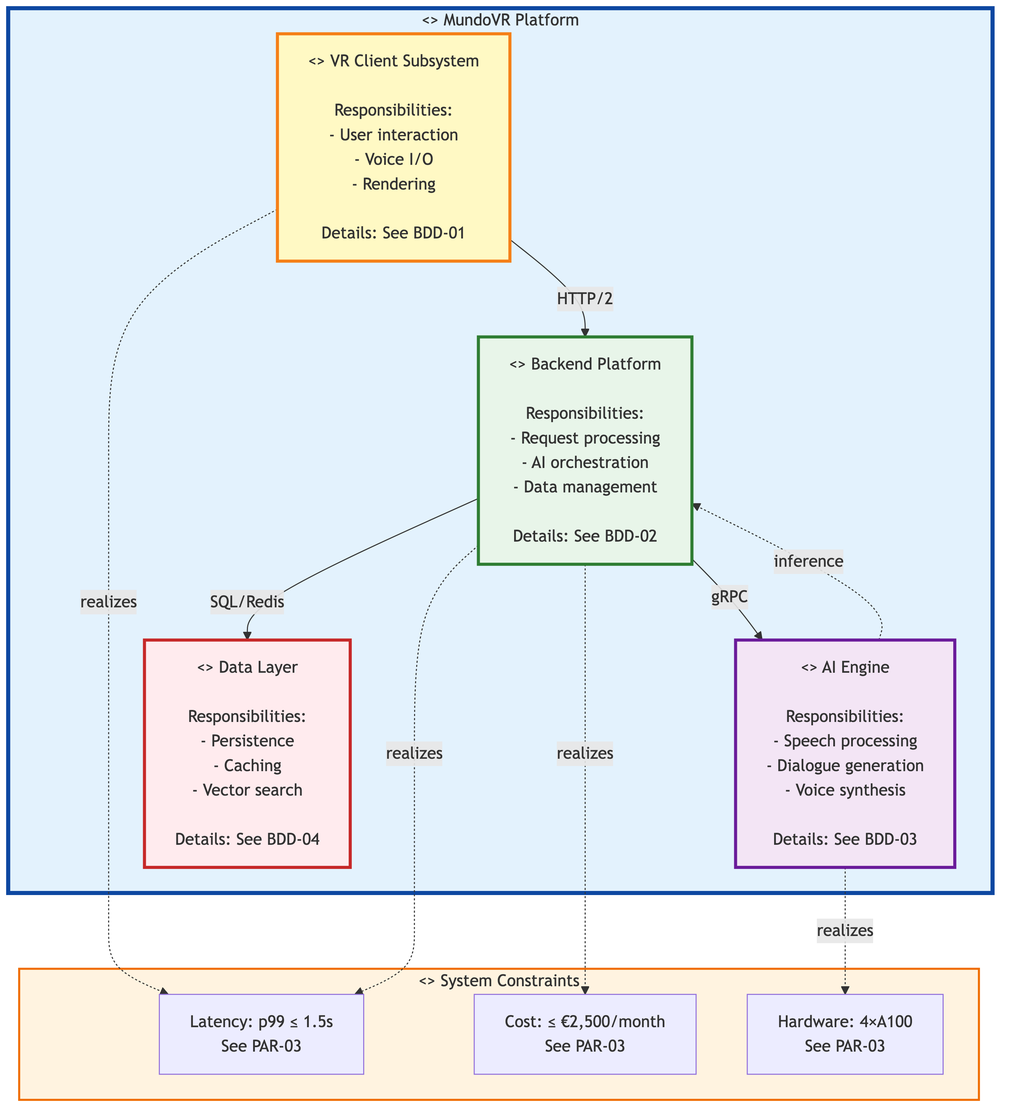
AzamkhonKh/ai_sla_vr keeps this Mermaid diagram as figures/02_structure/level_0/sysml-bdd-00-system.png. Above is the earlier version. Its source is kept beside it as figures/02_structure/level_0/sysml-bdd-00-system.mmd. The source it was exported from:
```mermaid
graph TB
    subgraph MundoVR["<<system>> MundoVR Platform"]
        VRClient["<<part def>> VR Client Subsystem<br/><br/>Responsibilities:<br/>- User interaction<br/>- Voice I/O<br/>- Rendering<br/><br/>Details: See BDD-01"]

        Backend["<<part def>> Backend Platform<br/><br/>Responsibilities:<br/>- Request processing<br/>- AI orchestration<br/>- Data management<br/><br/>Details: See BDD-02"]

        AIEngine["<<part def>> AI Engine<br/><br/>Responsibilities:<br/>- Speech processing<br/>- Dialogue generation<br/>- Voice synthesis<br/><br/>Details: See BDD-03"]

        DataLayer["<<part def>> Data Layer<br/><br/>Responsibilities:<br/>- Persistence<br/>- Caching<br/>- Vector search<br/><br/>Details: See BDD-04"]
    end

    subgraph Constraints["<<constraint def>> System Constraints"]
        Latency["Latency: p99 ≤ 1.5s<br/>See PAR-03"]
        Cost["Cost: ≤ €2,500/month<br/>See PAR-03"]
        Hardware["Hardware: 4×A100<br/>See PAR-03"]
    end

    VRClient -->|HTTP/2| Backend
    Backend -->|gRPC| AIEngine
    Backend -->|SQL/Redis| DataLayer
    AIEngine -.inference.-> Backend

    VRClient -.realizes.-> Latency
    Backend -.realizes.-> Latency
    AIEngine -.realizes.-> Hardware
    Backend -.realizes.-> Cost

    style MundoVR fill:#e3f2fd,stroke:#0d47a1,stroke-width:4px
    style VRClient fill:#fff9c4,stroke:#f57f17,stroke-width:3px
    style Backend fill:#e8f5e9,stroke:#2e7d32,stroke-width:3px
    style AIEngine fill:#f3e5f5,stroke:#6a1b9a,stroke-width:3px
    style DataLayer fill:#ffebee,stroke:#c62828,stroke-width:3px
    style Constraints fill:#fff3e0,stroke:#ef6c00,stroke-width:2px
```
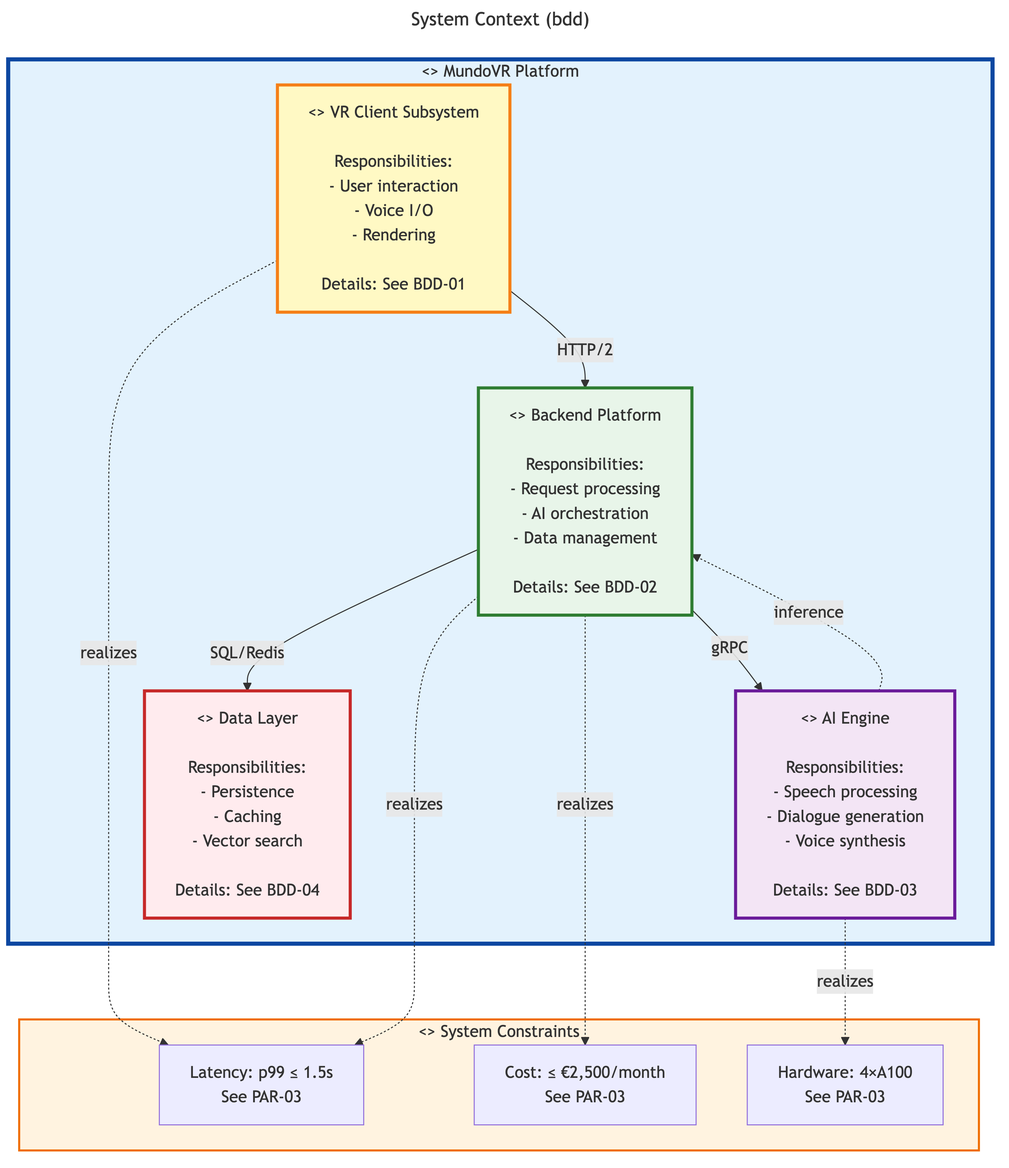
Later version of the same file.

What changed in the source:
```diff
@@ -1,3 +1,6 @@
+---
+title: System Context (bdd)
+---
 graph TB
     subgraph MundoVR["<<system>> MundoVR Platform"]
         VRClient["<<part def>> VR Client Subsystem<br/><br/>Responsibilities:<br/>- User interaction<br/>- Voice I/O<br/>- Rendering<br/><br/>Details: See BDD-01"]
```
